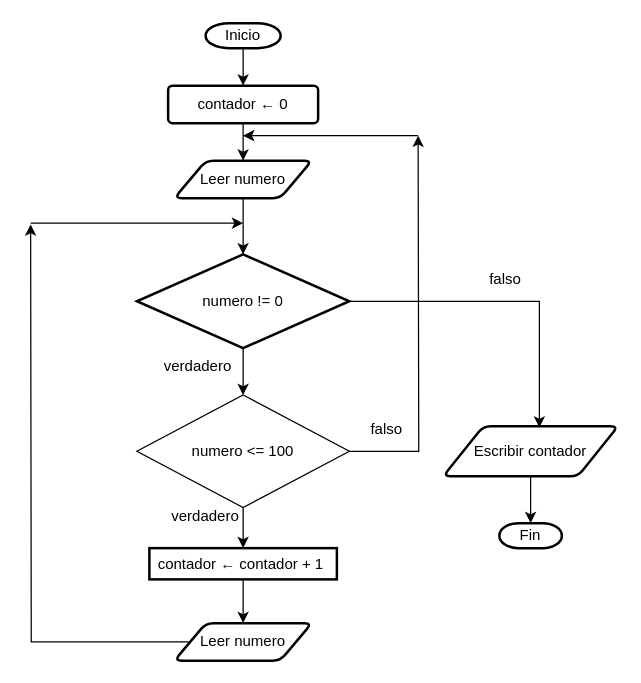
Above: page "Page-5" (4 of 5) of Untitled Diagram.drawio in ShanderGonzalez/Diagrama-de-flujo (draw.io), before the change. Source tidied: cells renumbered, new cells numbered last; positions are measured from the earlier drawing's top-left corner, leaving out a move shared by most shapes. Both pictures are drawn from the tidied source at 125%, with x=0, y=0 at pixel (30, 22).
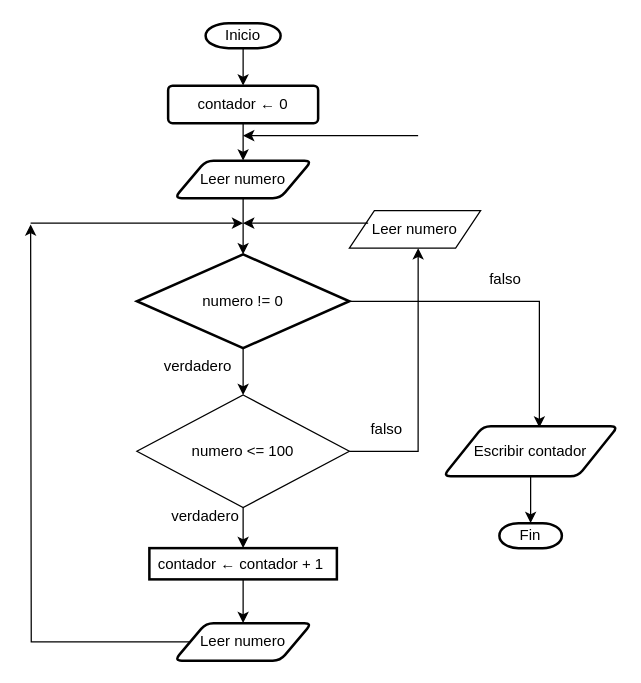
The same diagram, later.

Unchanged cells that the change refers to:
```xml
<mxCell id="20" value="numero &amp;lt;= 100" style="rhombus;whiteSpace=wrap;html=1;" parent="1" vertex="1">
  <mxGeometry x="85" y="297.5" width="170" height="90" as="geometry" />
</mxCell>
```

Diff of the diagram source:
```diff
@@
-    <mxCell id="19" style="edgeStyle=orthogonalEdgeStyle;rounded=0;jettySize=auto;html=1;exitX=1;exitY=0.5;exitDx=0;exitDy=0;" parent="1" edge="1" source="20">
-      <mxGeometry relative="1" as="geometry">
-        <mxPoint x="310" y="90" as="targetPoint" />
-      </mxGeometry>
+    <mxCell id="19" style="edgeStyle=orthogonalEdgeStyle;rounded=0;jettySize=auto;html=1;exitX=1;exitY=0.5;exitDx=0;exitDy=0;entryX=0.524;entryY=1;entryDx=0;entryDy=0;entryPerimeter=0;" parent="1" edge="1" source="20" target="27">
+      <mxGeometry relative="1" as="geometry" />
     </mxCell>
@@
+    <mxCell id="27" value="Leer numero" style="shape=parallelogram;perimeter=parallelogramPerimeter;whiteSpace=wrap;html=1;fixedSize=1;" parent="1" vertex="1">
+      <mxGeometry x="255" y="150" width="105" height="30" as="geometry" />
+    </mxCell>
+    <mxCell id="28" style="endArrow=classic;html=1;rounded=0;" parent="1" edge="1">
+      <mxGeometry relative="1" as="geometry">
+        <mxPoint x="270" y="160" as="sourcePoint" />
+        <mxPoint x="170" y="160" as="targetPoint" />
+      </mxGeometry>
+    </mxCell>
```
